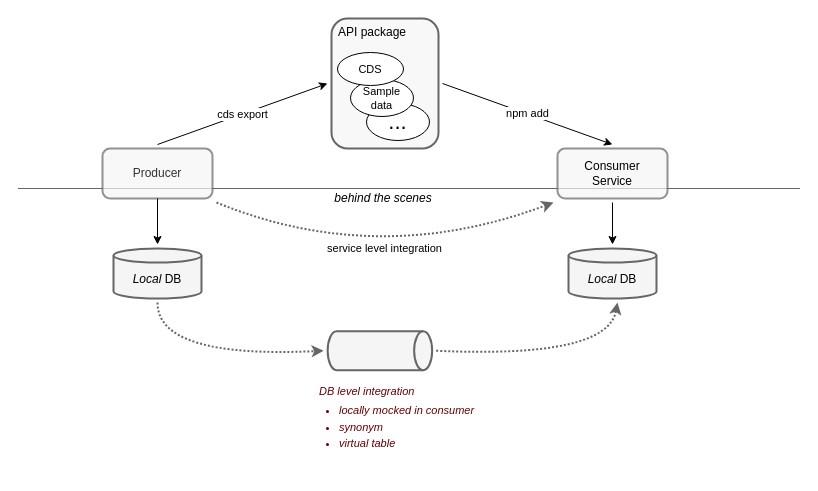
SAP-samples/teched2025-AD161 keeps this draw.io diagram as assets/images/i_0010.drawio. Above is the earlier version. Source tidied: cells renumbered, new cells numbered last; positions are measured from the earlier drawing's top-left corner, leaving out a move shared by most shapes. Both pictures are drawn from the tidied source at 100%, with x=0, y=0 at pixel (17, 18).
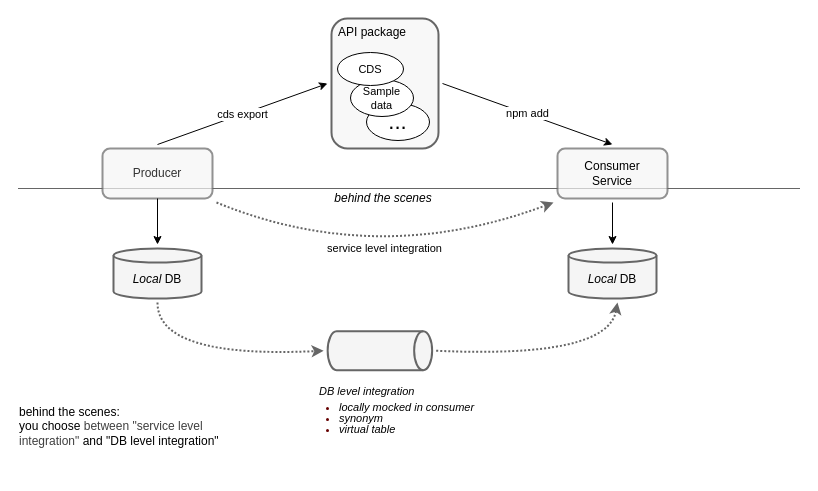
The same diagram, later.

What changed in the source:
```diff
@@
-    <mxCell id="15" value="&lt;div&gt;&lt;i&gt;DB level integration&lt;/i&gt;&lt;/div&gt;&lt;ul style=&quot;padding-left: 20px; margin-top: 4px; margin-bottom: 4px; line-height: 150%;&quot;&gt;&lt;li&gt;&lt;i&gt;locally mocked in consumer&lt;/i&gt;&lt;/li&gt;&lt;li&gt;&lt;i&gt;synonym&lt;/i&gt;&lt;/li&gt;&lt;li&gt;&lt;i&gt;virtual table&lt;/i&gt;&lt;/li&gt;&lt;/ul&gt;" style="text;html=1;align=left;verticalAlign=top;whiteSpace=wrap;rounded=0;fontSize=11;fontFamily=Helvetica;fontColor=#660000;labelBackgroundColor=none;" parent="1" vertex="1">
+    <mxCell id="15" value="&lt;div&gt;&lt;i&gt;&lt;font style=&quot;color: rgb(0, 0, 0);&quot;&gt;DB level integration&lt;/font&gt;&lt;/i&gt;&lt;/div&gt;&lt;ul style=&quot;padding-left: 20px; margin-top: 4px; margin-bottom: 4px; line-height: 100%;&quot;&gt;&lt;li&gt;&lt;i&gt;&lt;font style=&quot;color: rgb(0, 0, 0);&quot;&gt;locally mocked in consumer&lt;/font&gt;&lt;/i&gt;&lt;/li&gt;&lt;li&gt;&lt;i&gt;&lt;font style=&quot;color: rgb(0, 0, 0);&quot;&gt;synonym&lt;/font&gt;&lt;/i&gt;&lt;/li&gt;&lt;li&gt;&lt;i&gt;&lt;font style=&quot;color: rgb(0, 0, 0);&quot;&gt;virtual table&lt;/font&gt;&lt;/i&gt;&lt;/li&gt;&lt;/ul&gt;" style="text;html=1;align=left;verticalAlign=top;whiteSpace=wrap;rounded=0;fontSize=11;fontFamily=Helvetica;fontColor=#660000;labelBackgroundColor=none;" parent="1" vertex="1">
       <mxGeometry x="300" y="360.2" width="161" height="95" as="geometry" />
     </mxCell>
@@
+    <mxCell id="22" value="&lt;span style=&quot;font-style: normal;&quot;&gt;behind the scenes:&lt;/span&gt;&lt;div&gt;&lt;span style=&quot;font-style: normal;&quot;&gt;you choose&amp;nbsp;&lt;/span&gt;&lt;span style=&quot;color: rgb(63, 63, 63); font-style: normal; background-color: transparent;&quot;&gt;between&amp;nbsp;&lt;/span&gt;&lt;span style=&quot;font-style: normal; background-color: transparent; color: rgb(63, 63, 63);&quot;&gt;&quot;service level integration&quot;&amp;nbsp;&lt;/span&gt;&lt;span style=&quot;background-color: transparent; font-style: normal;&quot;&gt;and &quot;DB level integration&quot;&lt;/span&gt;&lt;/div&gt;" style="text;html=1;align=left;verticalAlign=middle;whiteSpace=wrap;rounded=0;fontFamily=Helvetica;fontSize=12;fontColor=#000000;labelBackgroundColor=none;fontStyle=2;" parent="1" vertex="1">
+      <mxGeometry y="372.9" width="210" height="69.8" as="geometry" />
+    </mxCell>
```
